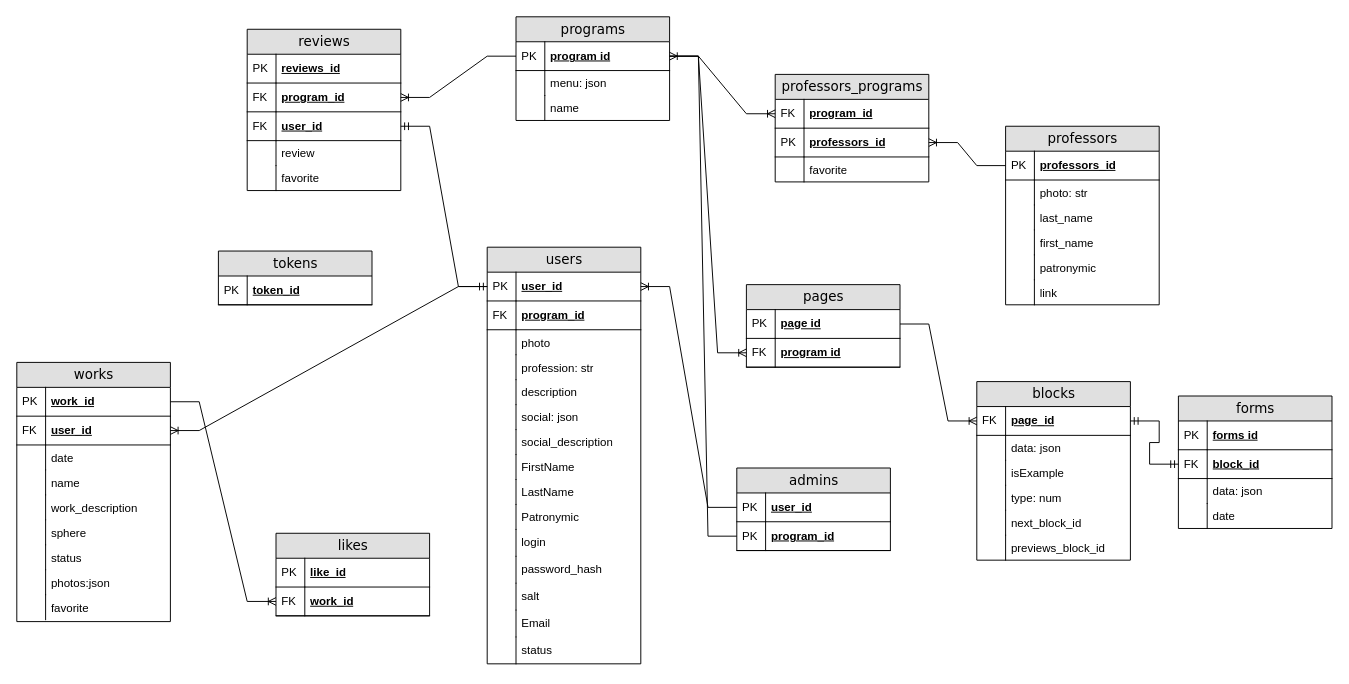
HerzenStudents-ITxD/lending-skills-frontend-docs-2025s keeps this draw.io diagram as Диаграмма без названия.drawio. Above is the earlier version. Source tidied: cells renumbered, new cells numbered last; positions are measured from the earlier drawing's top-left corner, leaving out a move shared by most shapes. Both pictures are drawn from the tidied source at 96%, with x=0, y=0 at pixel (16, 16).
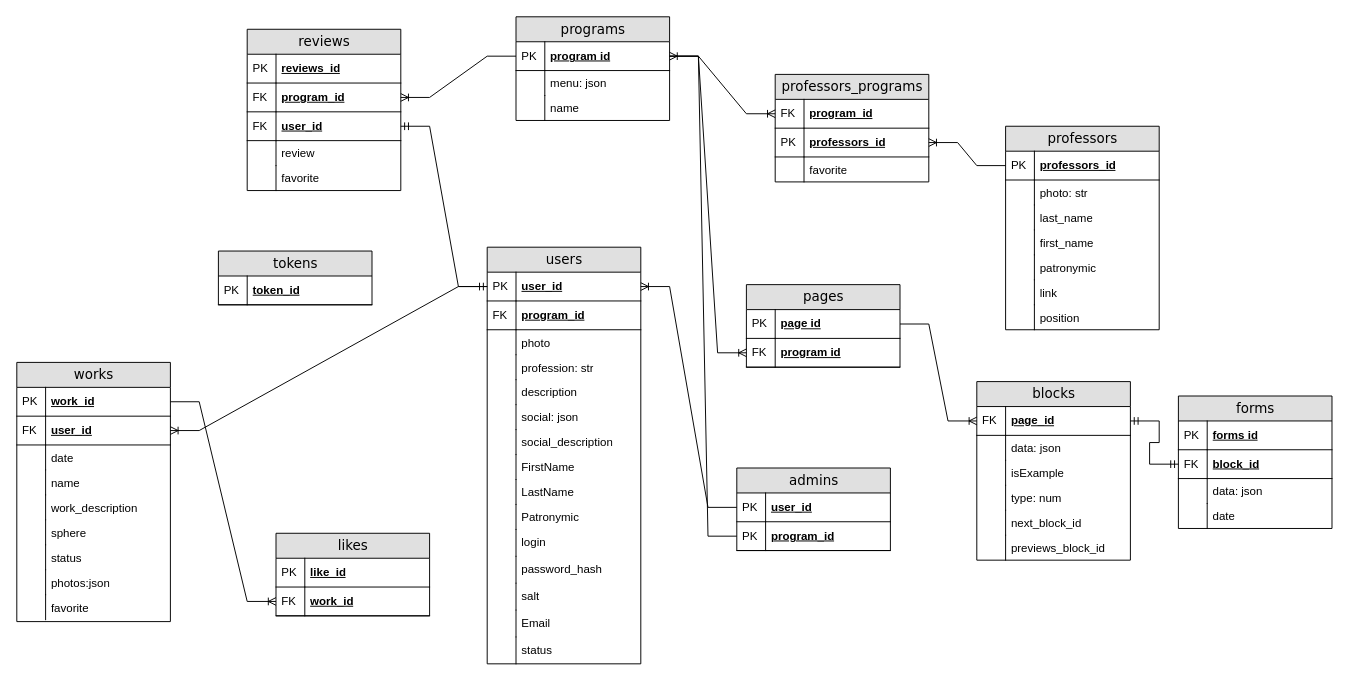
Above is the later version.

What changed in the source:
```diff
@@
     <mxCell id="9" value="professors" style="swimlane;html=1;fontStyle=0;horizontal=1;startSize=26;fillColor=#e0e0e0;swimlaneFillColor=#ffffff;align=center;rounded=0;shadow=0;comic=0;labelBackgroundColor=none;strokeWidth=1;fontFamily=Verdana;fontSize=14;" parent="1" vertex="1">
-      <mxGeometry x="1030" y="114" width="160" height="186" as="geometry" />
+      <mxGeometry x="1030" y="114" width="160" height="212" as="geometry" />
     </mxCell>
@@
+    <mxCell id="141" value="posit&lt;span style=&quot;background-color: transparent; color: light-dark(rgb(0, 0, 0), rgb(255, 255, 255));&quot;&gt;ion&lt;/span&gt;" style="shape=partialRectangle;top=0;left=0;right=0;bottom=0;html=1;align=left;verticalAlign=top;fillColor=none;spacingLeft=34;spacingRight=4;whiteSpace=wrap;overflow=hidden;" parent="9" vertex="1">
+      <mxGeometry y="186" width="160" height="26" as="geometry" />
+    </mxCell>
+    <mxCell id="142" style="shape=partialRectangle;top=0;left=0;bottom=0;html=1;fillColor=none;align=left;verticalAlign=top;spacingLeft=4;spacingRight=4;whiteSpace=wrap;overflow=hidden;" parent="141" vertex="1">
+      <mxGeometry width="30" height="26" as="geometry" />
+    </mxCell>
```
